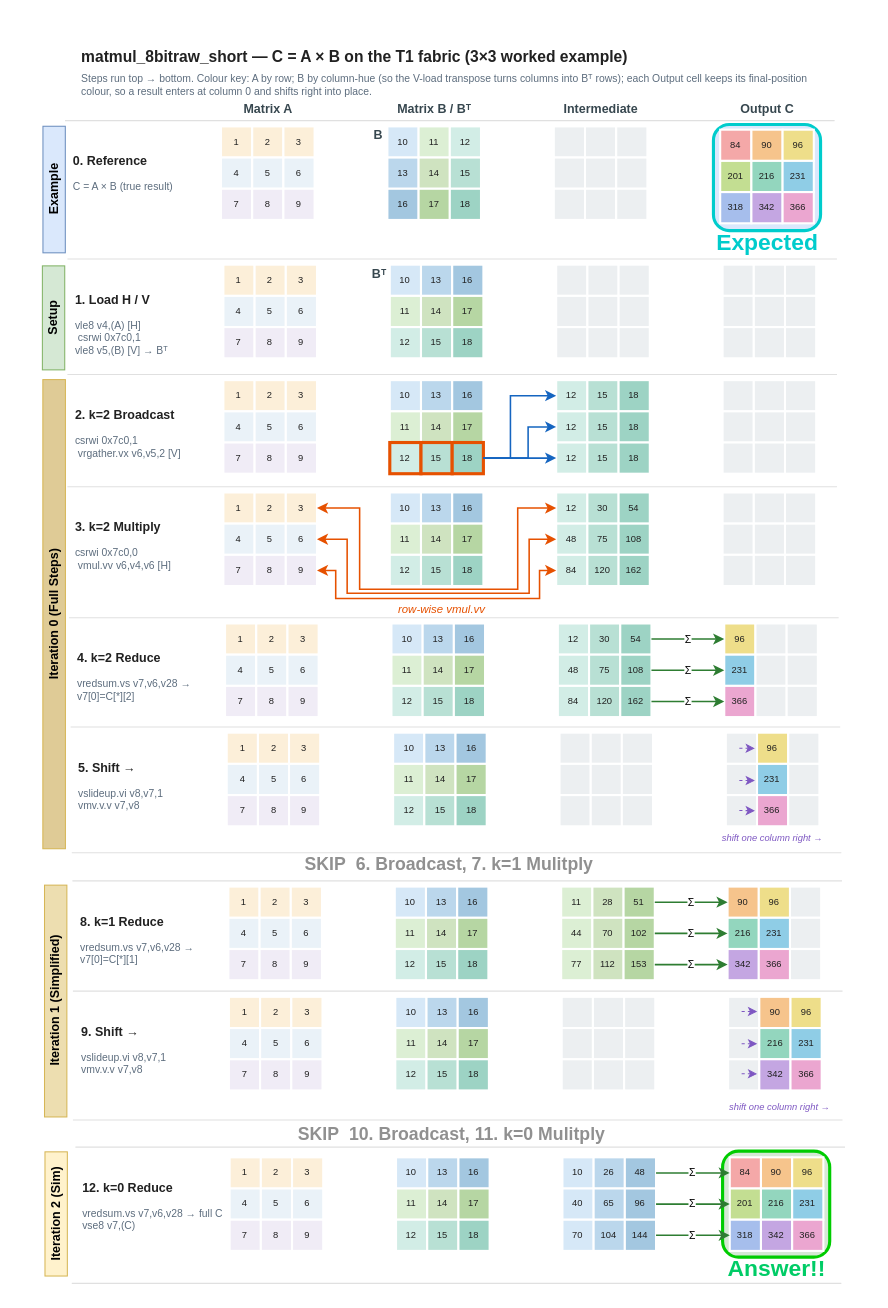
bontang828/VisionSoC keeps this draw.io diagram as fyp_diagram/selected/matmul_8bitraw_short_steps_v3.drawio. Above is the earlier version. Source tidied: cells renumbered, new cells numbered last; positions are measured from the earlier drawing's top-left corner, leaving out a move shared by most shapes. Both pictures are drawn from the tidied source at 104%, with x=0, y=0 at pixel (-181, 41).
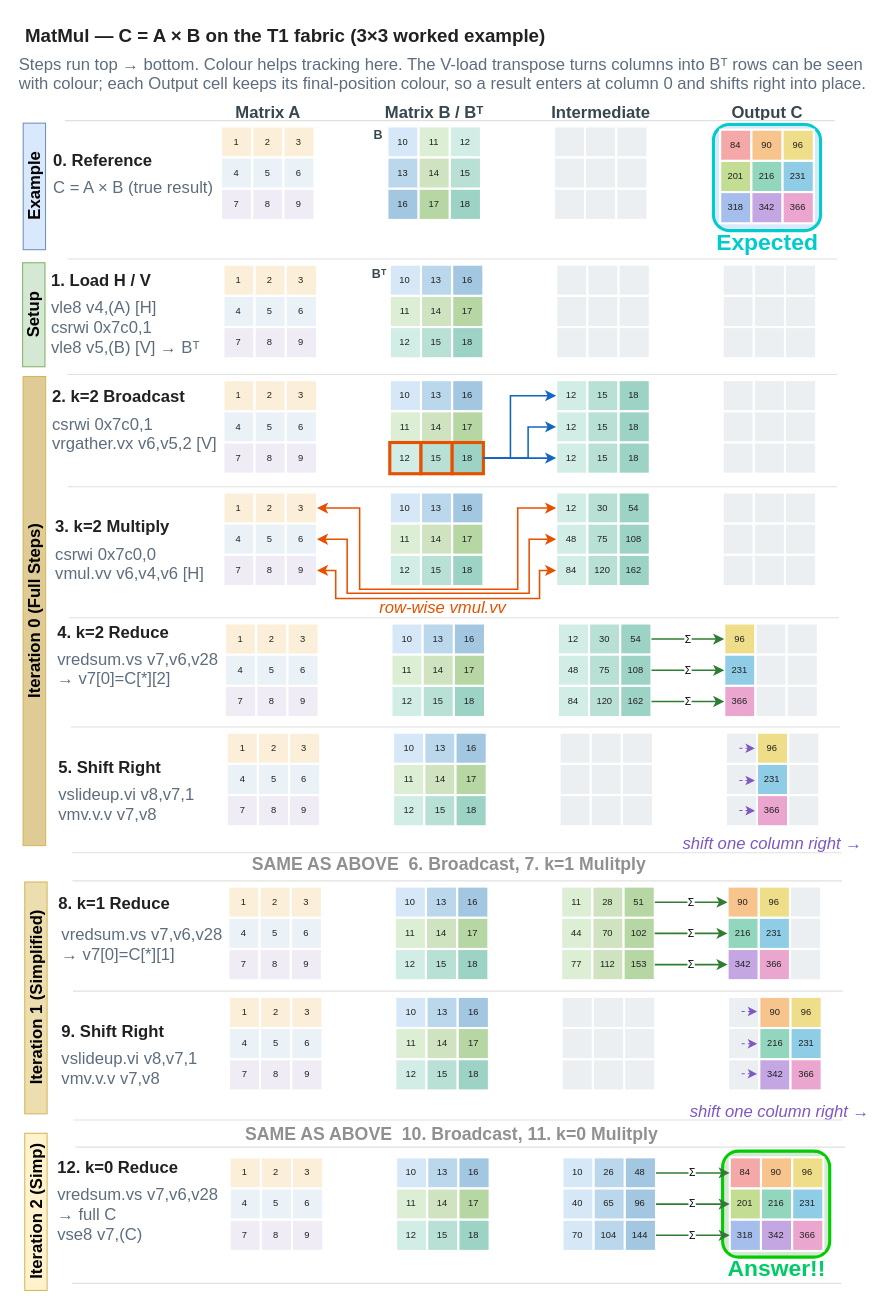
The same diagram, later.

Change to the diagram source:
```diff
@@
-    <mxCell id="4" value="matmul_8bitraw_short — C = A × B on the T1 fabric  (3×3 worked example)" style="text;html=1;align=left;fontSize=15;fontStyle=1;fontColor=#212121;" parent="1" vertex="1">
-      <mxGeometry x="250" width="760" height="24" as="geometry" />
+    <mxCell id="4" value="MatMul — C = A × B on the T1 fabric  (3×3 worked example)" style="text;html=1;align=left;fontSize=18;fontStyle=1;fontColor=#212121;" parent="1" vertex="1">
+      <mxGeometry x="196" y="-22" width="760" height="24" as="geometry" />
     </mxCell>
-    <mxCell id="5" value="Steps run top → bottom. Colour key: A by row; B by column-hue (so the V-load transpose turns columns into Bᵀ rows); each Output cell keeps its final-position colour, so a result enters at column 0 and shifts right into place." style="text;html=1;align=left;fontSize=10;fontColor=#5D6D7E;whiteSpace=wrap;" parent="1" vertex="1">
-      <mxGeometry x="250" y="24" width="716" height="26" as="geometry" />
+    <mxCell id="5" value="Steps run top → bottom. Colour helps tracking here. The V-load transpose turns columns into Bᵀ rows can be seen with colour; each Output cell keeps its final-position colour, so a result enters at column 0 and shifts right into place." style="text;html=1;align=left;fontSize=16;fontColor=#5D6D7E;whiteSpace=wrap;" parent="1" vertex="1">
+      <mxGeometry x="190.3" y="6" width="818" height="26" as="geometry" />
     </mxCell>
-    <mxCell id="6" value="Matrix A" style="text;html=1;align=center;fontSize=12;fontStyle=1;fontColor=#37474F;" parent="1" vertex="1">
+    <mxCell id="6" value="Matrix A" style="text;html=1;align=center;fontSize=16;fontStyle=1;fontColor=#37474F;" parent="1" vertex="1">
       <mxGeometry x="380" y="52" width="102" height="22" as="geometry" />
     </mxCell>
-    <mxCell id="7" value="Matrix B  /  Bᵀ" style="text;html=1;align=center;fontSize=12;fontStyle=1;fontColor=#37474F;" parent="1" vertex="1">
+    <mxCell id="7" value="Matrix B  /  Bᵀ" style="text;html=1;align=center;fontSize=16;fontStyle=1;fontColor=#37474F;" parent="1" vertex="1">
       <mxGeometry x="540" y="52" width="102" height="22" as="geometry" />
     </mxCell>
-    <mxCell id="8" value="Intermediate" style="text;html=1;align=center;fontSize=12;fontStyle=1;fontColor=#37474F;" parent="1" vertex="1">
+    <mxCell id="8" value="Intermediate" style="text;html=1;align=center;fontSize=16;fontStyle=1;fontColor=#37474F;" parent="1" vertex="1">
       <mxGeometry x="700" y="52" width="102" height="22" as="geometry" />
     </mxCell>
-    <mxCell id="9" value="Output  C" style="text;html=1;align=center;fontSize=12;fontStyle=1;fontColor=#37474F;" parent="1" vertex="1">
+    <mxCell id="9" value="Output  C" style="text;html=1;align=center;fontSize=16;fontStyle=1;fontColor=#37474F;" parent="1" vertex="1">
       <mxGeometry x="860" y="52" width="102" height="22" as="geometry" />
     </mxCell>
-    <mxCell id="10" value="0.  Reference" style="text;html=1;align=left;fontSize=12;fontStyle=1;fontColor=#212121;" parent="1" vertex="1">
-      <mxGeometry x="242" y="102" width="138" height="24" as="geometry" />
+    <mxCell id="10" value="0.  Reference" style="text;html=1;align=left;fontSize=16;fontStyle=1;fontColor=#212121;" parent="1" vertex="1">
+      <mxGeometry x="223" y="99" width="138" height="24" as="geometry" />
     </mxCell>
-    <mxCell id="11" value="C = A × B  (true result)" style="text;html=1;align=left;fontSize=10;fontColor=#5D6D7E;whiteSpace=wrap;" parent="1" vertex="1">
-      <mxGeometry x="242" y="128" width="138" height="40" as="geometry" />
+    <mxCell id="11" value="C = A × B  (true result)" style="text;html=1;align=left;fontSize=16;fontColor=#5D6D7E;whiteSpace=wrap;" parent="1" vertex="1">
+      <mxGeometry x="223" y="125" width="167" height="40" as="geometry" />
     </mxCell>
@@
-    <mxCell id="49" value="1.  Load  H / V" style="text;html=1;align=left;fontSize=12;fontStyle=1;fontColor=#212121;" parent="1" vertex="1">
-      <mxGeometry x="244.3" y="235" width="138" height="24" as="geometry" />
+    <mxCell id="49" value="1.  Load  H / V" style="text;html=1;align=left;fontSize=16;fontStyle=1;fontColor=#212121;" parent="1" vertex="1">
+      <mxGeometry x="220.9" y="214" width="138" height="24" as="geometry" />
     </mxCell>
-    <mxCell id="50" value="vle8 v4,(A) [H]&amp;nbsp;&lt;div&gt;&amp;nbsp;csrwi 0x7c0,1&amp;nbsp;&lt;/div&gt;&lt;div&gt;vle8 v5,(B) [V] → Bᵀ&lt;/div&gt;" style="text;html=1;align=left;fontSize=10;fontColor=#5D6D7E;whiteSpace=wrap;" parent="1" vertex="1">
-      <mxGeometry x="244.3" y="261" width="138" height="40" as="geometry" />
+    <mxCell id="50" value="vle8 v4,(A) [H]&amp;nbsp;&lt;div&gt;csrwi 0x7c0,1&amp;nbsp;&lt;/div&gt;&lt;div&gt;vle8 v5,(B) [V] → Bᵀ&lt;/div&gt;" style="text;html=1;align=left;fontSize=16;fontColor=#5D6D7E;whiteSpace=wrap;" parent="1" vertex="1">
+      <mxGeometry x="220.9" y="240" width="174.7" height="40" as="geometry" />
     </mxCell>
@@
-    <mxCell id="88" value="2.  k=2 Broadcast" style="text;html=1;align=left;fontSize=12;fontStyle=1;fontColor=#212121;" parent="1" vertex="1">
-      <mxGeometry x="244.3" y="346" width="138" height="24" as="geometry" />
+    <mxCell id="88" value="2.  k=2 Broadcast" style="text;html=1;align=left;fontSize=16;fontStyle=1;fontColor=#212121;" parent="1" vertex="1">
+      <mxGeometry x="222.4" y="326" width="138" height="24" as="geometry" />
     </mxCell>
-    <mxCell id="89" value="csrwi 0x7c0,1&amp;nbsp;&lt;div&gt;&amp;nbsp;vrgather.vx v6,v5,2  [V]&lt;/div&gt;" style="text;html=1;align=left;fontSize=10;fontColor=#5D6D7E;whiteSpace=wrap;" parent="1" vertex="1">
-      <mxGeometry x="244.3" y="372" width="138" height="40" as="geometry" />
+    <mxCell id="89" value="csrwi 0x7c0,1&amp;nbsp;&lt;div&gt;vrgather.vx v6,v5,2  [V]&lt;/div&gt;" style="text;html=1;align=left;fontSize=16;fontColor=#5D6D7E;whiteSpace=wrap;" parent="1" vertex="1">
+      <mxGeometry x="222.4" y="352" width="169.6" height="40" as="geometry" />
     </mxCell>
@@
-    <mxCell id="127" value="3.  k=2 Multiply" style="text;html=1;align=left;fontSize=12;fontStyle=1;fontColor=#212121;" parent="1" vertex="1">
-      <mxGeometry x="244.3" y="454" width="138" height="24" as="geometry" />
+    <mxCell id="127" value="3.  k=2 Multiply" style="text;html=1;align=left;fontSize=16;fontStyle=1;fontColor=#212121;" parent="1" vertex="1">
+      <mxGeometry x="225.3" y="451" width="138" height="24" as="geometry" />
     </mxCell>
-    <mxCell id="128" value="csrwi 0x7c0,0&amp;nbsp;&lt;div&gt;&amp;nbsp;vmul.vv v6,v4,v6  [H]&lt;/div&gt;" style="text;html=1;align=left;fontSize=10;fontColor=#5D6D7E;whiteSpace=wrap;" parent="1" vertex="1">
-      <mxGeometry x="244.3" y="480" width="138" height="40" as="geometry" />
+    <mxCell id="128" value="csrwi 0x7c0,0&amp;nbsp;&lt;div&gt;vmul.vv v6,v4,v6  [H]&lt;/div&gt;" style="text;html=1;align=left;fontSize=16;fontColor=#5D6D7E;whiteSpace=wrap;" parent="1" vertex="1">
+      <mxGeometry x="225.3" y="477" width="170.7" height="40" as="geometry" />
     </mxCell>
@@
-    <mxCell id="166" value="row-wise  vmul.vv" style="text;html=1;align=center;fontSize=11;fontStyle=2;fontColor=#E65100;" parent="1" vertex="1">
-      <mxGeometry x="533.3" y="533" width="130" height="16" as="geometry" />
+    <mxCell id="166" value="row-wise  vmul.vv" style="text;html=1;align=center;fontSize=16;fontStyle=2;fontColor=#E65100;" parent="1" vertex="1">
+      <mxGeometry x="533.6" y="528" width="130" height="16" as="geometry" />
     </mxCell>
-    <mxCell id="167" value="4.  k=2 Reduce" style="text;html=1;align=left;fontSize=12;fontStyle=1;fontColor=#212121;" parent="1" vertex="1">
-      <mxGeometry x="245.9" y="580" width="138" height="24" as="geometry" />
+    <mxCell id="167" value="4.  k=2 Reduce" style="text;html=1;align=left;fontSize=16;fontStyle=1;fontColor=#212121;" parent="1" vertex="1">
+      <mxGeometry x="227" y="552" width="138" height="24" as="geometry" />
     </mxCell>
-    <mxCell id="168" value="vredsum.vs v7,v6,v28  → v7[0]=C[*][2]" style="text;html=1;align=left;fontSize=10;fontColor=#5D6D7E;whiteSpace=wrap;" parent="1" vertex="1">
-      <mxGeometry x="245.9" y="606" width="138" height="40" as="geometry" />
+    <mxCell id="168" value="vredsum.vs v7,v6,v28  → v7[0]=C[*][2]" style="text;html=1;align=left;fontSize=16;fontColor=#5D6D7E;whiteSpace=wrap;" parent="1" vertex="1">
+      <mxGeometry x="227" y="578" width="160" height="40" as="geometry" />
     </mxCell>
@@
-    <mxCell id="206" value="5.  Shift →" style="text;html=1;align=left;fontSize=12;fontStyle=1;fontColor=#212121;" parent="1" vertex="1">
-      <mxGeometry x="247.4" y="685" width="138" height="24" as="geometry" />
+    <mxCell id="206" value="5.  Shift Right" style="text;html=1;align=left;fontSize=16;fontStyle=1;fontColor=#212121;" parent="1" vertex="1">
+      <mxGeometry x="228.4" y="682" width="138" height="24" as="geometry" />
     </mxCell>
-    <mxCell id="207" value="vslideup.vi v8,v7,1&lt;div&gt;vmv.v.v v7,v8&lt;/div&gt;" style="text;html=1;align=left;fontSize=10;fontColor=#5D6D7E;whiteSpace=wrap;" parent="1" vertex="1">
-      <mxGeometry x="247.4" y="711" width="138" height="40" as="geometry" />
+    <mxCell id="207" value="vslideup.vi v8,v7,1&lt;div&gt;vmv.v.v v7,v8&lt;/div&gt;" style="text;html=1;align=left;fontSize=16;fontColor=#5D6D7E;whiteSpace=wrap;" parent="1" vertex="1">
+      <mxGeometry x="228.4" y="708" width="138" height="40" as="geometry" />
     </mxCell>
@@
-    <mxCell id="244" value="&lt;b&gt;&lt;font style=&quot;color: rgb(0, 0, 0);&quot;&gt;Iteration 0 (Full Steps)&lt;/font&gt;&lt;/b&gt;" style="rounded=0;whiteSpace=wrap;html=1;fillColor=light-dark(#dfcb96, #281d00);strokeColor=#d6b656;rotation=-90;" parent="1" vertex="1">
-      <mxGeometry y="540.2" width="451.1" height="21.7" as="geometry" />
+    <mxCell id="244" value="&lt;b&gt;&lt;font style=&quot;color: rgb(0, 0, 0);&quot;&gt;Iteration 0 (Full Steps)&lt;/font&gt;&lt;/b&gt;" style="rounded=0;whiteSpace=wrap;html=1;fillColor=light-dark(#dfcb96, #281d00);strokeColor=#d6b656;rotation=-90;fontSize=16;" parent="1" vertex="1">
+      <mxGeometry x="-19" y="537.2" width="451.1" height="21.7" as="geometry" />
     </mxCell>
-    <mxCell id="245" value="&lt;b&gt;Setup&lt;/b&gt;" style="rounded=0;whiteSpace=wrap;html=1;fillColor=#d5e8d4;strokeColor=#82b366;rotation=-90;" parent="1" vertex="1">
-      <mxGeometry x="175" y="255.4" width="100" height="21.5" as="geometry" />
+    <mxCell id="245" value="&lt;b&gt;Setup&lt;/b&gt;" style="rounded=0;whiteSpace=wrap;html=1;fillColor=#d5e8d4;strokeColor=#82b366;rotation=-90;fontSize=16;" parent="1" vertex="1">
+      <mxGeometry x="156" y="252.4" width="100" height="21.5" as="geometry" />
     </mxCell>
@@
-    <mxCell id="258" value="shift one column right →" style="text;html=1;align=center;fontSize=9;fontStyle=2;fontColor=#7E57C2;" parent="1" vertex="1">
+    <mxCell id="258" value="shift one column right →" style="text;html=1;align=center;fontSize=16;fontStyle=2;fontColor=#7E57C2;" parent="1" vertex="1">
       <mxGeometry x="867.4" y="755" width="98" height="16" as="geometry" />
     </mxCell>
@@
-    <mxCell id="260" value="12. k=0 Reduce" style="text;html=1;align=left;fontSize=12;fontStyle=1;fontColor=#212121;" parent="1" vertex="1">
-      <mxGeometry x="251.3" y="1089" width="138" height="24" as="geometry" />
+    <mxCell id="260" value="12. k=0 Reduce" style="text;html=1;align=left;fontSize=16;fontStyle=1;fontColor=#212121;" parent="1" vertex="1">
+      <mxGeometry x="227" y="1067" width="138" height="24" as="geometry" />
     </mxCell>
-    <mxCell id="261" value="vredsum.vs v7,v6,v28 → full C&lt;div&gt;vse8 v7,(C)&lt;/div&gt;" style="text;html=1;align=left;fontSize=10;fontColor=#5D6D7E;whiteSpace=wrap;" parent="1" vertex="1">
-      <mxGeometry x="251.3" y="1115" width="138" height="40" as="geometry" />
+    <mxCell id="261" value="vredsum.vs v7,v6,v28 → full C&lt;div&gt;vse8 v7,(C)&lt;/div&gt;" style="text;html=1;align=left;fontSize=16;fontColor=#5D6D7E;whiteSpace=wrap;" parent="1" vertex="1">
+      <mxGeometry x="227" y="1093" width="166" height="40" as="geometry" />
     </mxCell>
@@
-    <mxCell id="302" value="8.  k=1 Reduce" style="text;html=1;align=left;fontSize=12;fontStyle=1;fontColor=#212121;" parent="1" vertex="1">
-      <mxGeometry x="249.1" y="833" width="138" height="24" as="geometry" />
+    <mxCell id="302" value="8.  k=1 Reduce" style="text;html=1;align=left;fontSize=16;fontStyle=1;fontColor=#212121;" parent="1" vertex="1">
+      <mxGeometry x="228.4" y="813" width="138" height="24" as="geometry" />
     </mxCell>
-    <mxCell id="303" value="vredsum.vs v7,v6,v28  → v7[0]=C[*][1]" style="text;html=1;align=left;fontSize=10;fontColor=#5D6D7E;whiteSpace=wrap;" parent="1" vertex="1">
-      <mxGeometry x="249.1" y="859" width="138" height="40" as="geometry" />
+    <mxCell id="303" value="vredsum.vs v7,v6,v28  → v7[0]=C[*][1]" style="text;html=1;align=left;fontSize=16;fontColor=#5D6D7E;whiteSpace=wrap;" parent="1" vertex="1">
+      <mxGeometry x="230.6" y="843" width="173.6" height="40" as="geometry" />
     </mxCell>
@@
-    <mxCell id="345" value="&lt;b&gt;Example&lt;/b&gt;" style="rounded=0;whiteSpace=wrap;html=1;fillColor=#dae8fc;strokeColor=#6c8ebf;rotation=-90;" parent="1" vertex="1">
-      <mxGeometry x="164.7" y="132" width="121.7" height="21.5" as="geometry" />
+    <mxCell id="345" value="&lt;b&gt;Example&lt;/b&gt;" style="rounded=0;whiteSpace=wrap;html=1;fillColor=#dae8fc;strokeColor=#6c8ebf;rotation=-90;fontSize=16;" parent="1" vertex="1">
+      <mxGeometry x="145.7" y="129" width="121.7" height="21.5" as="geometry" />
     </mxCell>
@@
-    <mxCell id="347" value="SKIP&amp;nbsp; 6. Broadcast, 7. k=1 Mulitply" style="text;html=1;align=center;verticalAlign=middle;whiteSpace=wrap;rounded=0;fontStyle=1;fontSize=17;fontColor=light-dark(#909090,#EDEDED);" parent="1" vertex="1">
+    <mxCell id="347" value="SAME AS ABOVE&amp;nbsp; 6. Broadcast, 7. k=1 Mulitply" style="text;html=1;align=center;verticalAlign=middle;whiteSpace=wrap;rounded=0;fontStyle=1;fontSize=17;fontColor=light-dark(#909090,#EDEDED);" parent="1" vertex="1">
       <mxGeometry x="408.5" y="778" width="392.9" height="30" as="geometry" />
     </mxCell>
-    <mxCell id="348" value="9. Shift →" style="text;html=1;align=left;fontSize=12;fontStyle=1;fontColor=#212121;" parent="1" vertex="1">
-      <mxGeometry x="249.6" y="939" width="138" height="24" as="geometry" />
+    <mxCell id="348" value="9. Shift Right" style="text;html=1;align=left;fontSize=16;fontStyle=1;fontColor=#212121;" parent="1" vertex="1">
+      <mxGeometry x="230.6" y="936" width="138" height="24" as="geometry" />
     </mxCell>
-    <mxCell id="349" value="vslideup.vi v8,v7,1&lt;div&gt;vmv.v.v v7,v8&lt;/div&gt;" style="text;html=1;align=left;fontSize=10;fontColor=#5D6D7E;whiteSpace=wrap;" parent="1" vertex="1">
-      <mxGeometry x="249.6" y="965" width="138" height="40" as="geometry" />
+    <mxCell id="349" value="vslideup.vi v8,v7,1&lt;div&gt;vmv.v.v v7,v8&lt;/div&gt;" style="text;html=1;align=left;fontSize=16;fontColor=#5D6D7E;whiteSpace=wrap;" parent="1" vertex="1">
+      <mxGeometry x="230.6" y="962" width="138" height="40" as="geometry" />
     </mxCell>
@@
-    <mxCell id="387" value="shift one column right →" style="text;html=1;align=center;fontSize=9;fontStyle=2;fontColor=#7E57C2;" parent="1" vertex="1">
+    <mxCell id="387" value="shift one column right →" style="text;html=1;align=center;fontSize=16;fontStyle=2;fontColor=#7E57C2;" parent="1" vertex="1">
       <mxGeometry x="873.6" y="1013" width="98" height="16" as="geometry" />
     </mxCell>
@@
-    <mxCell id="393" value="&lt;b&gt;&lt;font style=&quot;color: rgb(0, 0, 0);&quot;&gt;Iteration 1 (Simplified)&lt;/font&gt;&lt;/b&gt;" style="rounded=0;whiteSpace=wrap;html=1;fillColor=light-dark(#eddeb0, #281d00);strokeColor=#d6b656;rotation=-90;" parent="1" vertex="1">
-      <mxGeometry x="115.6" y="912.3" width="222.9" height="21.5" as="geometry" />
+    <mxCell id="393" value="&lt;b&gt;&lt;font style=&quot;color: rgb(0, 0, 0);&quot;&gt;Iteration 1 (Simplified)&lt;/font&gt;&lt;/b&gt;" style="rounded=0;whiteSpace=wrap;html=1;fillColor=light-dark(#eddeb0, #281d00);strokeColor=#d6b656;rotation=-90;fontSize=16;" parent="1" vertex="1">
+      <mxGeometry x="96.6" y="909.3" width="222.9" height="21.5" as="geometry" />
     </mxCell>
-    <mxCell id="394" value="&lt;b&gt;&lt;font style=&quot;color: rgb(0, 0, 0);&quot;&gt;Iteration 2 (Sim)&lt;/font&gt;&lt;/b&gt;" style="rounded=0;whiteSpace=wrap;html=1;fillColor=#fff2cc;strokeColor=#d6b656;rotation=-90;" parent="1" vertex="1">
-      <mxGeometry x="167.8" y="1117" width="119.4" height="21.5" as="geometry" />
+    <mxCell id="394" value="&lt;b&gt;&lt;font style=&quot;color: rgb(0, 0, 0);&quot;&gt;Iteration 2 (Simp)&lt;/font&gt;&lt;/b&gt;" style="rounded=0;whiteSpace=wrap;html=1;fillColor=#fff2cc;strokeColor=#d6b656;rotation=-90;fontSize=16;" parent="1" vertex="1">
+      <mxGeometry x="132.5" y="1115" width="151.1" height="21.5" as="geometry" />
     </mxCell>
@@
-    <mxCell id="396" value="SKIP&amp;nbsp; 10. Broadcast, 11. k=0 Mulitply" style="text;html=1;align=center;verticalAlign=middle;whiteSpace=wrap;rounded=0;fontStyle=1;fontSize=17;fontColor=light-dark(#909090,#EDEDED);" parent="1" vertex="1">
+    <mxCell id="396" value="SAME AS ABOVE&amp;nbsp; 10. Broadcast, 11. k=0 Mulitply" style="text;html=1;align=center;verticalAlign=middle;whiteSpace=wrap;rounded=0;fontStyle=1;fontSize=17;fontColor=light-dark(#909090,#EDEDED);" parent="1" vertex="1">
       <mxGeometry x="402.3" y="1037" width="412.1" height="30" as="geometry" />
     </mxCell>
```
